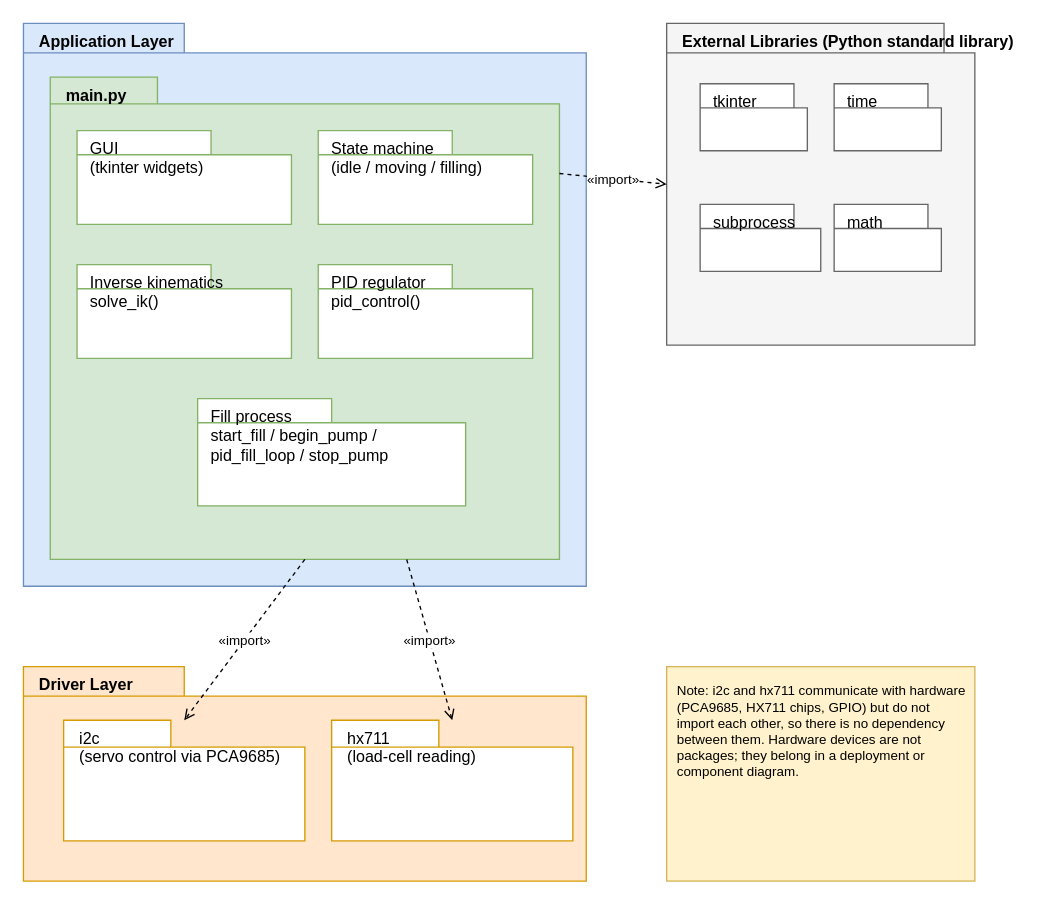
Nikdane12/Innebygde-Systemer-Semester-Projektet keeps this draw.io diagram as Diagramer/PackageDiagram.drawio. Above is the earlier version. Source tidied: cells renumbered, new cells numbered last; positions are measured from the earlier drawing's top-left corner, leaving out a move shared by most shapes. Both pictures are drawn from the tidied source at 134%, with x=0, y=0 at pixel (23, 23).
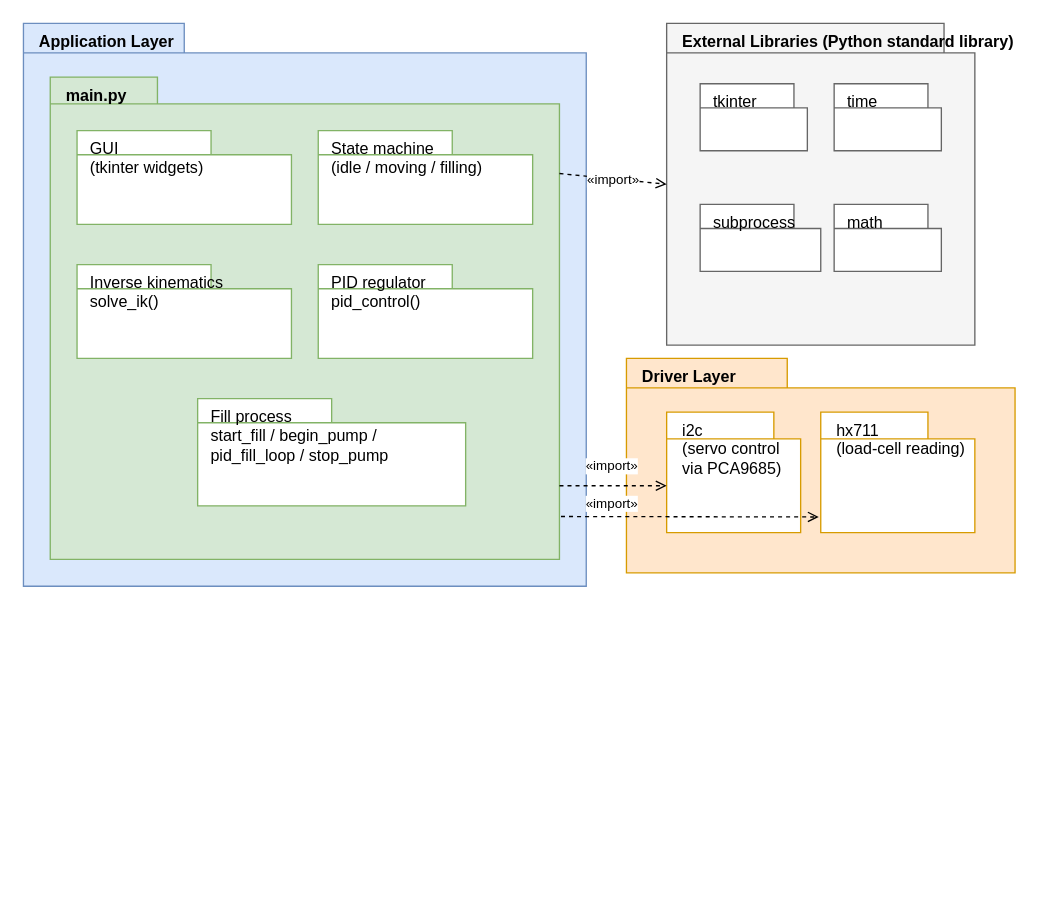
The same diagram, later.

The change refers to these unchanged cells:
```xml
<mxCell id="3" value="main.py" style="shape=folder;fontStyle=1;tabWidth=80;tabHeight=20;tabPosition=left;html=1;verticalAlign=top;align=left;spacingLeft=10;fillColor=#d5e8d4;strokeColor=#82b366;" parent="1" vertex="1">
  <mxGeometry x="20" y="40" width="380" height="360" as="geometry" />
</mxCell>
```

Change to the diagram source:
```diff
@@
     <mxCell id="9" value="Driver Layer" style="shape=folder;fontStyle=1;tabWidth=120;tabHeight=22;tabPosition=left;html=1;verticalAlign=top;align=left;spacingLeft=10;fillColor=#ffe6cc;strokeColor=#d79b00;" parent="1" vertex="1">
-      <mxGeometry y="480" width="420" height="160" as="geometry" />
+      <mxGeometry x="450" y="250" width="290" height="160" as="geometry" />
     </mxCell>
-    <mxCell id="10" value="i2c&#10;(servo control via PCA9685)" style="shape=folder;tabWidth=80;tabHeight=20;tabPosition=left;html=1;verticalAlign=top;align=left;spacingLeft=10;fillColor=#ffffff;strokeColor=#d79b00;" parent="1" vertex="1">
-      <mxGeometry x="30" y="520" width="180" height="90" as="geometry" />
+    <mxCell id="10" value="i2c&lt;br&gt;&lt;div&gt;(servo control&amp;nbsp;&lt;/div&gt;&lt;div&gt;via PCA9685)&lt;/div&gt;" style="shape=folder;tabWidth=80;tabHeight=20;tabPosition=left;html=1;verticalAlign=top;align=left;spacingLeft=10;fillColor=#ffffff;strokeColor=#d79b00;" parent="1" vertex="1">
+      <mxGeometry x="480" y="290" width="100" height="90" as="geometry" />
     </mxCell>
     <mxCell id="11" value="hx711&#10;(load-cell reading)" style="shape=folder;tabWidth=80;tabHeight=20;tabPosition=left;html=1;verticalAlign=top;align=left;spacingLeft=10;fillColor=#ffffff;strokeColor=#d79b00;" parent="1" vertex="1">
-      <mxGeometry x="230" y="520" width="180" height="90" as="geometry" />
+      <mxGeometry x="595" y="290" width="115" height="90" as="geometry" />
     </mxCell>
@@
-    <mxCell id="17" value="«import»" style="endArrow=open;endFill=0;dashed=1;html=1;fontSize=10;exitX=0.5;exitY=1;exitDx=0;exitDy=0;entryX=0.5;entryY=0;entryDx=0;entryDy=0;" parent="1" edge="1" source="3" target="10">
-      <mxGeometry relative="1" as="geometry" />
+    <mxCell id="17" value="«import»" style="endArrow=open;endFill=0;dashed=1;html=1;fontSize=10;entryX=0;entryY=0;entryDx=0;entryDy=55;entryPerimeter=0;" parent="1" edge="1" target="10">
+      <mxGeometry x="-0.03" y="-13" relative="1" as="geometry">
+        <mxPoint x="400" y="345" as="sourcePoint" />
+      </mxGeometry>
     </mxCell>
-    <mxCell id="18" value="«import»" style="endArrow=open;endFill=0;dashed=1;html=1;fontSize=10;exitX=0.7;exitY=1;exitDx=0;exitDy=0;entryX=0.5;entryY=0;entryDx=0;entryDy=0;" parent="1" edge="1" source="3" target="11">
-      <mxGeometry relative="1" as="geometry" />
+    <mxCell id="18" value="«import»" style="endArrow=open;endFill=0;dashed=1;html=1;fontSize=10;entryX=-0.013;entryY=0.87;entryDx=0;entryDy=0;exitX=1.003;exitY=0.911;exitDx=0;exitDy=0;exitPerimeter=0;entryPerimeter=0;" parent="1" edge="1" source="3" target="11">
+      <mxGeometry x="-0.6" y="38" relative="1" as="geometry" />
     </mxCell>
@@
-    <mxCell id="20" value="Note: i2c and hx711 communicate with hardware (PCA9685, HX711 chips, GPIO) but do not import each other, so there is no dependency between them. Hardware devices are not packages; they belong in a deployment or component diagram." style="text;html=1;align=left;verticalAlign=top;fillColor=#fff2cc;strokeColor=#d6b656;spacing=8;fontSize=10;whiteSpace=wrap;" parent="1" vertex="1">
-      <mxGeometry x="480" y="480" width="230" height="160" as="geometry" />
-    </mxCell>
```
